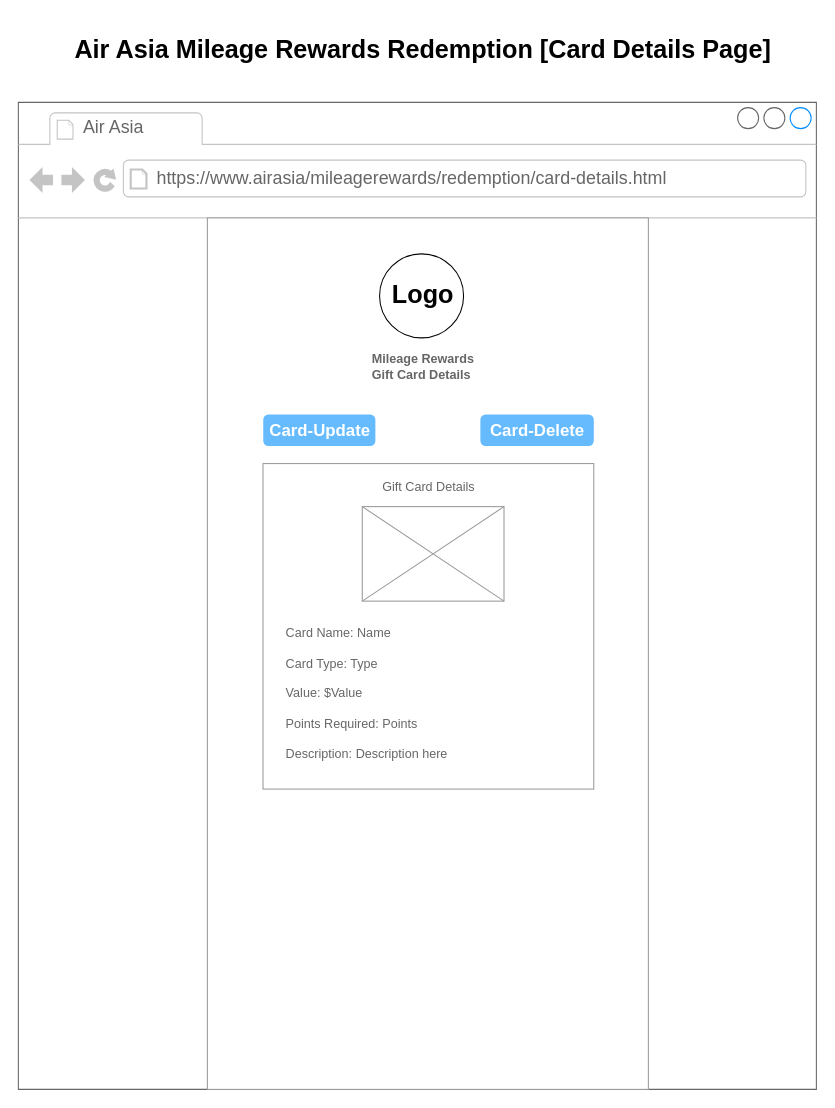
Above: card-details.drawio in Stucki-Kyle/IS6465 (draw.io), before the change. Source tidied: cells renumbered, new cells numbered last; positions are measured from the earlier drawing's top-left corner, leaving out a move shared by most shapes. Both pictures are drawn from the tidied source at 105%, with x=0, y=0 at pixel (18, 18).
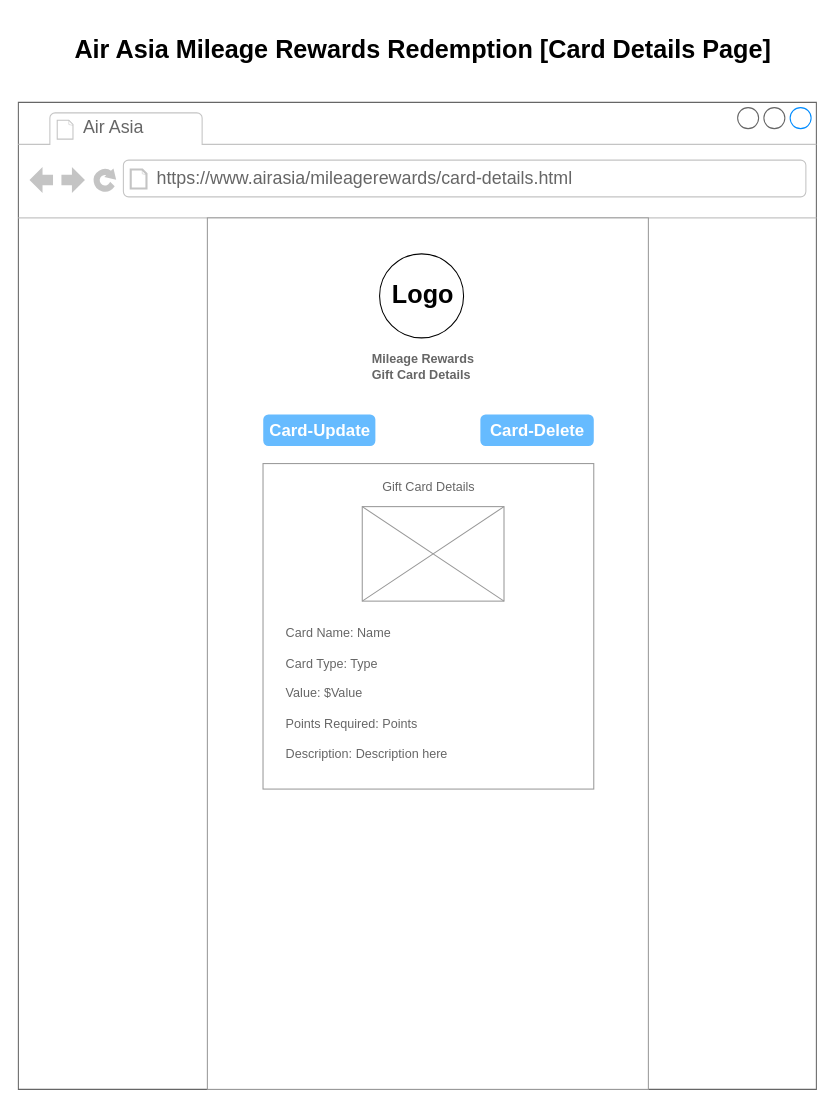
Above is the later version.

What changed in the source:
```diff
@@
 <mxGraphModel>
   <root>
     <mxCell id="0" />
     <mxCell id="1" parent="0" />
     <mxCell id="2" style="strokeWidth=1;shadow=0;dashed=0;align=center;html=1;shape=mxgraph.mockup.containers.browserWindow;rSize=0;strokeColor=#666666;strokeColor2=#008cff;strokeColor3=#c4c4c4;mainText=,;" parent="1" vertex="1">
       <mxGeometry y="80" width="760" height="940" as="geometry" />
     </mxCell>
     <mxCell id="3" value="Air Asia" style="strokeWidth=1;shadow=0;dashed=0;align=center;html=1;shape=mxgraph.mockup.containers.anchor;fontSize=17;fontColor=#666666;align=left;whiteSpace=wrap;" parent="2" vertex="1">
       <mxGeometry x="60" y="12" width="110" height="26" as="geometry" />
     </mxCell>
-    <mxCell id="4" value="https://www.airasia/mileagerewards/redemption/card-details.html" style="strokeWidth=1;shadow=0;dashed=0;align=center;html=1;shape=mxgraph.mockup.containers.anchor;rSize=0;fontSize=17;fontColor=#666666;align=left;" parent="2" vertex="1">
+    <mxCell id="4" value="https://www.airasia/mileagerewards/card-details.html" style="strokeWidth=1;shadow=0;dashed=0;align=center;html=1;shape=mxgraph.mockup.containers.anchor;rSize=0;fontSize=17;fontColor=#666666;align=left;" parent="2" vertex="1">
       <mxGeometry x="130" y="60" width="250" height="26" as="geometry" />
     </mxCell>
     <mxCell id="5" style="strokeWidth=1;shadow=0;dashed=0;align=center;html=1;shape=mxgraph.mockup.forms.rrect;rSize=0;strokeColor=#999999;fillColor=#ffffff;" parent="2" vertex="1">
       <mxGeometry x="180" y="110" width="420" height="830" as="geometry" />
     </mxCell>
     <mxCell id="6" value="&lt;b&gt;Mileage Rewards&lt;/b&gt;&lt;div&gt;&lt;b&gt;Gift Card Details&lt;/b&gt;&lt;/div&gt;" style="strokeWidth=1;shadow=0;dashed=0;align=center;html=1;shape=mxgraph.mockup.forms.anchor;fontSize=12;fontColor=#666666;align=left;spacingLeft=0;" parent="5" vertex="1">
       <mxGeometry width="273" height="40" relative="1" as="geometry">
         <mxPoint x="155" y="122" as="offset" />
       </mxGeometry>
     </mxCell>
     <mxCell id="7" style="strokeWidth=1;shadow=0;dashed=0;align=center;html=1;shape=mxgraph.mockup.forms.rrect;rSize=0;strokeColor=#999999;fontColor=#666666;align=left;spacingLeft=5;" parent="5" vertex="1">
       <mxGeometry width="315" height="310" relative="1" as="geometry">
         <mxPoint x="53" y="234" as="offset" />
       </mxGeometry>
     </mxCell>
     <mxCell id="8" value="Card Name: Name&lt;div&gt;&lt;br&gt;&lt;/div&gt;&lt;div&gt;Card Type: Type&lt;/div&gt;&lt;div&gt;&lt;br&gt;&lt;/div&gt;&lt;div&gt;Value: $Value&lt;/div&gt;&lt;div&gt;&lt;br&gt;&lt;/div&gt;&lt;div&gt;Points Required: Points&lt;/div&gt;&lt;div&gt;&lt;br&gt;&lt;/div&gt;&lt;div&gt;Description: Description here&lt;/div&gt;" style="strokeWidth=1;shadow=0;dashed=0;align=center;html=1;shape=mxgraph.mockup.forms.anchor;fontSize=12;fontColor=#666666;align=left;spacingLeft=0;" parent="5" vertex="1">
       <mxGeometry width="210" height="130" relative="1" as="geometry">
         <mxPoint x="73" y="388" as="offset" />
       </mxGeometry>
     </mxCell>
     <mxCell id="9" style="ellipse;whiteSpace=wrap;html=1;" parent="5" vertex="1">
       <mxGeometry x="164" y="34.3" width="80" height="80" as="geometry" />
     </mxCell>
     <mxCell id="10" value="Logo" style="text;strokeColor=none;fillColor=none;html=1;fontSize=24;fontStyle=1;verticalAlign=middle;align=center;" parent="5" vertex="1">
       <mxGeometry x="100" y="51.6" width="210" height="45.4" as="geometry" />
     </mxCell>
     <mxCell id="11" value="Card-Update" style="strokeWidth=1;shadow=0;dashed=0;align=center;html=1;shape=mxgraph.mockup.forms.rrect;rSize=5;strokeColor=none;fontColor=#ffffff;fillColor=#66bbff;fontSize=16;fontStyle=1;" parent="5" vertex="1">
       <mxGeometry x="53.2" y="187.3" width="106.8" height="30" as="geometry" />
     </mxCell>
     <mxCell id="12" value="Card-Delete" style="strokeWidth=1;shadow=0;dashed=0;align=center;html=1;shape=mxgraph.mockup.forms.rrect;rSize=5;strokeColor=none;fontColor=#ffffff;fillColor=#66bbff;fontSize=16;fontStyle=1;" parent="5" vertex="1">
       <mxGeometry x="260" y="187.3" width="108" height="30" as="geometry" />
     </mxCell>
     <mxCell id="13" style="verticalLabelPosition=bottom;shadow=0;dashed=0;align=center;html=1;verticalAlign=top;strokeWidth=1;shape=mxgraph.mockup.graphics.simpleIcon;strokeColor=#999999;" parent="5" vertex="1">
       <mxGeometry x="147.5" y="275" width="135" height="90" as="geometry" />
     </mxCell>
     <mxCell id="14" value="Gift Card Details" style="strokeWidth=1;shadow=0;dashed=0;align=center;html=1;shape=mxgraph.mockup.forms.anchor;fontSize=12;fontColor=#666666;align=left;spacingLeft=0;" parent="5" vertex="1">
       <mxGeometry x="165" y="247" width="90" height="20" as="geometry" />
     </mxCell>
     <mxCell id="15" value="Air Asia Mileage Rewards Redemption [Card Details Page]" style="text;strokeColor=none;fillColor=none;html=1;fontSize=24;fontStyle=1;verticalAlign=middle;align=center;" parent="1" vertex="1">
       <mxGeometry x="335" width="100" height="60" as="geometry" />
     </mxCell>
   </root>
 </mxGraphModel>
```
